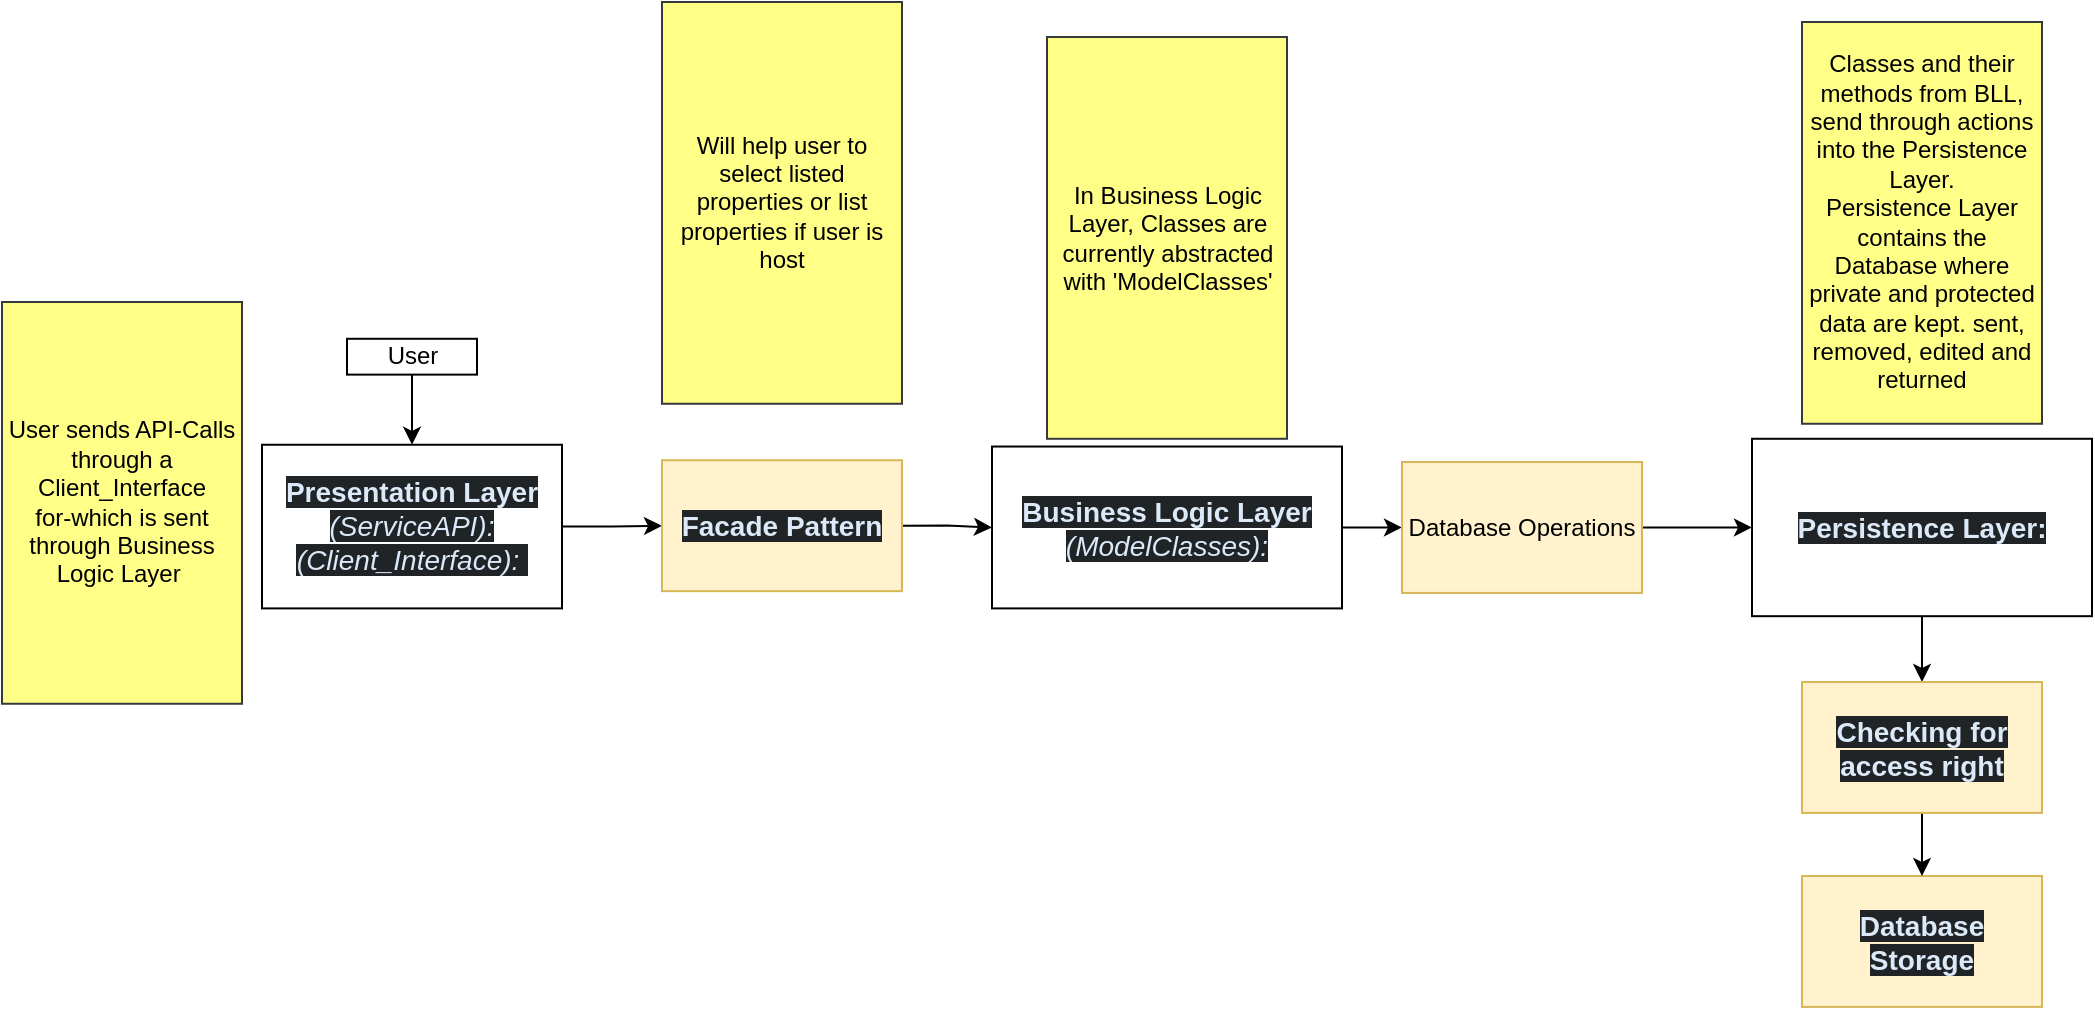
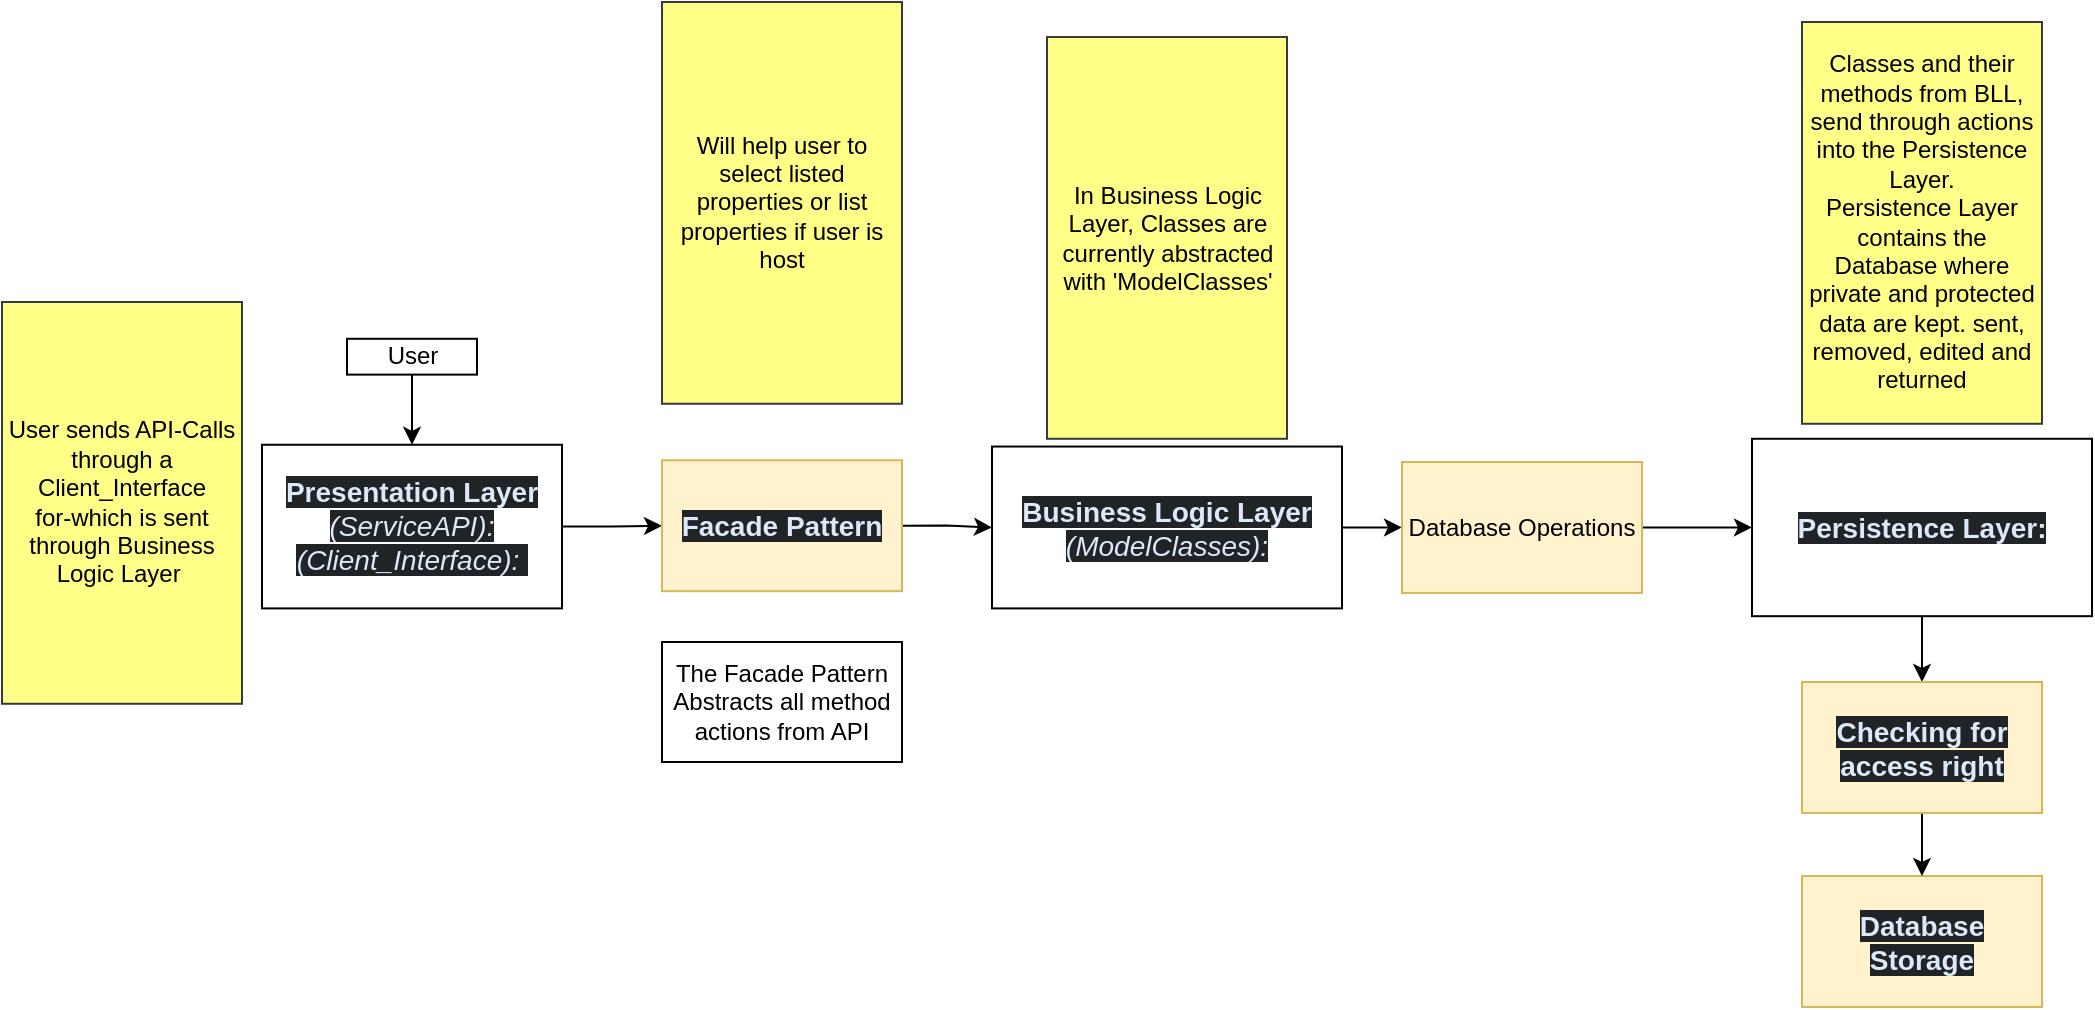
<mxfile host="app.diagrams.net">
  <diagram name="Page-1" id="2KrW7VEhyqmw7Nx4Ttr-">
-     <mxGraphModel dx="1651" dy="795" grid="1" gridSize="10" guides="1" tooltips="1" connect="1" arrows="1" fold="1" page="1" pageScale="1" pageWidth="850" pageHeight="1100" math="0" shadow="0">
+     <mxGraphModel dx="926" dy="519" grid="1" gridSize="10" guides="1" tooltips="1" connect="1" arrows="1" fold="1" page="1" pageScale="1" pageWidth="850" pageHeight="1100" math="0" shadow="0">
      <root>
        <mxCell id="0" />
        <mxCell id="1" parent="0" />
        <mxCell id="vZHe2jEZJALmbnLdjFB--106" edge="1" parent="1" source="vZHe2jEZJALmbnLdjFB--105" style="edgeStyle=orthogonalEdgeStyle;rounded=0;orthogonalLoop=1;jettySize=auto;html=1;entryX=0.5;entryY=0;entryDx=0;entryDy=0;exitX=0.5;exitY=1;exitDx=0;exitDy=0;" target="vZHe2jEZJALmbnLdjFB--6" value="">
          <mxGeometry relative="1" as="geometry">
            <mxPoint x="360" y="250" as="sourcePoint" />
          </mxGeometry>
        </mxCell>
        <mxCell id="vZHe2jEZJALmbnLdjFB--6" parent="1" style="rounded=0;whiteSpace=wrap;html=1;" value="&lt;strong style=&quot;box-sizing: border-box; font-weight: bold; scrollbar-color: rgb(95, 99, 104) rgb(49, 54, 60); color: rgb(220, 233, 249); font-family: aktiv-grotesk, sans-serif; font-size: 14px; text-align: start; background-color: rgb(32, 36, 38);&quot;&gt;Presentation Layer &lt;/strong&gt;&lt;span style=&quot;box-sizing: border-box; scrollbar-color: rgb(95, 99, 104) rgb(49, 54, 60); color: rgb(220, 233, 249); font-family: aktiv-grotesk, sans-serif; font-size: 14px; text-align: start; background-color: rgb(32, 36, 38);&quot;&gt;&lt;i&gt;(ServiceAPI):&lt;/i&gt;&lt;/span&gt;&lt;div&gt;&lt;span style=&quot;color: rgb(220, 233, 249); font-family: aktiv-grotesk, sans-serif; font-size: 14px; text-align: start; background-color: rgb(32, 36, 38);&quot;&gt;&lt;i&gt;(Client_Interface):&amp;nbsp;&lt;/i&gt;&lt;/span&gt;&lt;/div&gt;" vertex="1">
          <mxGeometry height="81.82" width="150" x="400" y="301.38" as="geometry" />
        </mxCell>
        <mxCell id="vZHe2jEZJALmbnLdjFB--8" edge="1" parent="1" source="vZHe2jEZJALmbnLdjFB--10" style="edgeStyle=orthogonalEdgeStyle;rounded=0;orthogonalLoop=1;jettySize=auto;html=1;exitX=1;exitY=0.5;exitDx=0;exitDy=0;entryX=0;entryY=0.5;entryDx=0;entryDy=0;" target="vZHe2jEZJALmbnLdjFB--39">
          <mxGeometry relative="1" as="geometry" />
        </mxCell>
        <mxCell id="vZHe2jEZJALmbnLdjFB--10" parent="1" style="rounded=0;whiteSpace=wrap;html=1;" value="&lt;span style=&quot;box-sizing: border-box; scrollbar-color: rgb(95, 99, 104) rgb(49, 54, 60); color: rgb(220, 233, 249); font-family: aktiv-grotesk, sans-serif; font-size: 14px; text-align: start; background-color: rgb(32, 36, 38);&quot;&gt;&lt;b&gt;Business Logic Layer &lt;/b&gt;&lt;i style=&quot;&quot;&gt;(ModelClasses):&lt;/i&gt;&lt;/span&gt;" vertex="1">
          <mxGeometry height="80.93" width="175" x="765" y="302.27" as="geometry" />
        </mxCell>
        <mxCell id="vZHe2jEZJALmbnLdjFB--11" edge="1" parent="1" source="vZHe2jEZJALmbnLdjFB--12" style="edgeStyle=orthogonalEdgeStyle;rounded=0;orthogonalLoop=1;jettySize=auto;html=1;exitX=0.5;exitY=1;exitDx=0;exitDy=0;entryX=0.5;entryY=0;entryDx=0;entryDy=0;" target="vZHe2jEZJALmbnLdjFB--102">
          <mxGeometry relative="1" as="geometry" />
        </mxCell>
        <mxCell id="vZHe2jEZJALmbnLdjFB--12" parent="1" style="rounded=0;whiteSpace=wrap;html=1;" value="&lt;strong style=&quot;box-sizing: border-box; font-weight: bold; scrollbar-color: rgb(95, 99, 104) rgb(49, 54, 60); color: rgb(220, 233, 249); font-family: aktiv-grotesk, sans-serif; font-size: 14px; text-align: start; background-color: rgb(32, 36, 38);&quot;&gt;Persistence Layer:&lt;/strong&gt;" vertex="1">
          <mxGeometry height="88.7" width="170" x="1145" y="298.39" as="geometry" />
        </mxCell>
        <mxCell id="vZHe2jEZJALmbnLdjFB--29" parent="1" style="rounded=0;whiteSpace=wrap;html=1;align=center;fillColor=#fff2cc;strokeColor=#d6b656;" value="&lt;div style=&quot;&quot;&gt;&lt;font color=&quot;#dce9f9&quot; face=&quot;aktiv-grotesk, sans-serif&quot;&gt;&lt;span style=&quot;font-size: 14px; background-color: rgb(32, 36, 38);&quot;&gt;&lt;b&gt;Database&lt;br&gt;Storage&lt;/b&gt;&lt;/span&gt;&lt;/font&gt;&lt;/div&gt;" vertex="1">
          <mxGeometry height="65.46" width="120" x="1170" y="517" as="geometry" />
        </mxCell>
        <mxCell id="vZHe2jEZJALmbnLdjFB--35" edge="1" parent="1" source="vZHe2jEZJALmbnLdjFB--37" style="edgeStyle=orthogonalEdgeStyle;rounded=0;orthogonalLoop=1;jettySize=auto;html=1;exitX=1;exitY=0.5;exitDx=0;exitDy=0;" target="vZHe2jEZJALmbnLdjFB--10">
          <mxGeometry relative="1" as="geometry">
            <mxPoint x="750" y="339.5700000000001" as="sourcePoint" />
          </mxGeometry>
        </mxCell>
        <mxCell id="vZHe2jEZJALmbnLdjFB--36" edge="1" parent="1" source="vZHe2jEZJALmbnLdjFB--6" style="edgeStyle=orthogonalEdgeStyle;rounded=0;orthogonalLoop=1;jettySize=auto;html=1;exitX=1;exitY=0.5;exitDx=0;exitDy=0;entryX=0;entryY=0.5;entryDx=0;entryDy=0;" target="vZHe2jEZJALmbnLdjFB--37">
          <mxGeometry relative="1" as="geometry">
            <mxPoint x="575" y="430" as="targetPoint" />
          </mxGeometry>
        </mxCell>
        <mxCell id="vZHe2jEZJALmbnLdjFB--37" parent="1" style="rounded=0;whiteSpace=wrap;html=1;align=center;fillColor=#fff2cc;strokeColor=#d6b656;" value="&lt;div style=&quot;&quot;&gt;&lt;font color=&quot;#dce9f9&quot; face=&quot;aktiv-grotesk, sans-serif&quot;&gt;&lt;span style=&quot;font-size: 14px; background-color: rgb(32, 36, 38);&quot;&gt;&lt;b&gt;Facade Pattern&lt;/b&gt;&lt;/span&gt;&lt;/font&gt;&lt;/div&gt;" vertex="1">
          <mxGeometry height="65.46" width="120" x="600" y="309.11999999999995" as="geometry" />
        </mxCell>
        <mxCell id="vZHe2jEZJALmbnLdjFB--38" edge="1" parent="1" source="vZHe2jEZJALmbnLdjFB--39" style="edgeStyle=orthogonalEdgeStyle;rounded=0;orthogonalLoop=1;jettySize=auto;html=1;exitX=1;exitY=0.5;exitDx=0;exitDy=0;entryX=0;entryY=0.5;entryDx=0;entryDy=0;" target="vZHe2jEZJALmbnLdjFB--12">
          <mxGeometry relative="1" as="geometry" />
        </mxCell>
        <mxCell id="vZHe2jEZJALmbnLdjFB--39" parent="1" style="rounded=0;whiteSpace=wrap;html=1;align=center;fillColor=#fff2cc;strokeColor=#d6b656;" value="Database Operations" vertex="1">
          <mxGeometry height="65.46" width="120" x="970" y="310.01" as="geometry" />
        </mxCell>
        <mxCell id="vZHe2jEZJALmbnLdjFB--101" edge="1" parent="1" source="vZHe2jEZJALmbnLdjFB--102" style="edgeStyle=orthogonalEdgeStyle;rounded=0;orthogonalLoop=1;jettySize=auto;html=1;exitX=0.5;exitY=1;exitDx=0;exitDy=0;entryX=0.5;entryY=0;entryDx=0;entryDy=0;" target="vZHe2jEZJALmbnLdjFB--29">
          <mxGeometry relative="1" as="geometry">
            <mxPoint x="1460" y="530" as="targetPoint" />
          </mxGeometry>
        </mxCell>
        <mxCell id="vZHe2jEZJALmbnLdjFB--102" parent="1" style="rounded=0;whiteSpace=wrap;html=1;align=center;fillColor=#fff2cc;strokeColor=#d6b656;" value="&lt;div style=&quot;&quot;&gt;&lt;font color=&quot;#dce9f9&quot; face=&quot;aktiv-grotesk, sans-serif&quot;&gt;&lt;span style=&quot;font-size: 14px; background-color: rgb(32, 36, 38);&quot;&gt;&lt;b&gt;Checking for access right&lt;/b&gt;&lt;/span&gt;&lt;/font&gt;&lt;/div&gt;" vertex="1">
          <mxGeometry height="65.46" width="120" x="1170" y="420" as="geometry" />
        </mxCell>
        <mxCell id="vZHe2jEZJALmbnLdjFB--105" parent="1" style="whiteSpace=wrap;html=1;rounded=0;" value="User" vertex="1">
          <mxGeometry height="17.92" width="65" x="442.5" y="248.39" as="geometry" />
        </mxCell>
        <mxCell id="WIsYPLuYnzwIEppj4hiX-1" parent="1" style="rounded=0;whiteSpace=wrap;html=1;fillColor=light-dark(#FFFF88,#FFFF63);strokeColor=#36393d;fontColor=light-dark(#000000,#000000);" value="User sends API-Calls through a Client_Interface&lt;br&gt;for-which is sent through Business Logic Layer&amp;nbsp;" vertex="1">
          <mxGeometry height="200.88" width="120" x="270" y="230" as="geometry" />
        </mxCell>
        <mxCell id="WIsYPLuYnzwIEppj4hiX-2" parent="1" style="rounded=0;whiteSpace=wrap;html=1;fillColor=light-dark(#FFFF88,#FFFF63);strokeColor=#36393d;fontColor=light-dark(#000000,#000000);" value="In Business Logic Layer, Classes are currently abstracted with &#39;ModelClasses&#39;" vertex="1">
          <mxGeometry height="200.88" width="120" x="792.5" y="97.51" as="geometry" />
        </mxCell>
        <mxCell id="WIsYPLuYnzwIEppj4hiX-3" parent="1" style="rounded=0;whiteSpace=wrap;html=1;fillColor=light-dark(#FFFF88,#FFFF63);strokeColor=#36393d;fontColor=light-dark(#000000,#000000);" value="Classes and their methods from BLL,&lt;br&gt;send through actions into the Persistence Layer.&lt;br&gt;Persistence Layer contains the Database where private and protected data are kept. sent, removed, edited and returned" vertex="1">
          <mxGeometry height="200.88" width="120" x="1170" y="90" as="geometry" />
        </mxCell>
        <mxCell id="WgZE8rlp9okLk8PS5iAP-1" parent="1" style="rounded=0;whiteSpace=wrap;html=1;fillColor=light-dark(#FFFF88,#FFFF63);strokeColor=#36393d;fontColor=light-dark(#000000,#000000);" value="Will help user to select listed properties or list properties if user is host" vertex="1">
          <mxGeometry height="200.88" width="120" x="600" y="80" as="geometry" />
        </mxCell>
+         <mxCell id="jcnPVMmyGXToek09mdS7-1" parent="1" style="rounded=0;whiteSpace=wrap;html=1;" value="The Facade Pattern Abstracts all method actions from API" vertex="1">
+           <mxGeometry height="60" width="120" x="600" y="400" as="geometry" />
+         </mxCell>
      </root>
    </mxGraphModel>
  </diagram>
</mxfile>
